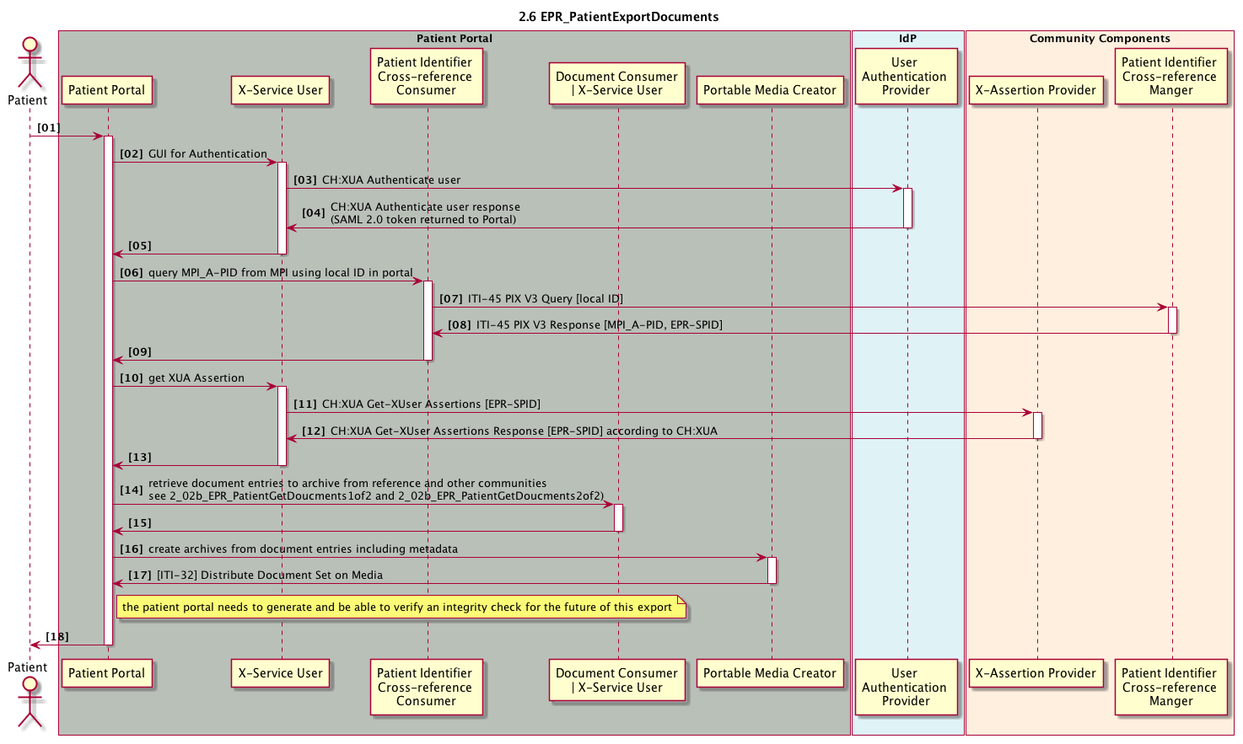
The PlantUML diagram 2_06_EPR_PatientExportDocuments.plantuml.png in ahdis/ch-epr-seqdiag, before a commit. Source of this version:
```plantuml
@startuml
skinparam Padding 1
autonumber 1 1 "<b>[00]"
title 2.6 EPR_PatientExportDocuments

actor patient as "Patient"

box "Patient Portal" #B9C0B8
	participant pp_gui as "Patient Portal"
	participant pp_x_service_user as "X-Service User"
	participant pp_pix_x_ref_consumer as "Patient Identifier \nCross-reference \nConsumer"
    participant pp_doc_consumer as "Document Consumer\n| X-Service User"
    participant pp_pmc as "Portable Media Creator"
end box

box "IdP" #DFF3F7
	participant idp_user_authentication_provider as "User \nAuthentication \nProvider"
end box

box "Community Components" #FFEFDE
	participant cc_x_assertion_provider as "X-Assertion Provider"
	participant cc_mpi_x_ref_manager as "Patient Identifier \nCross-reference \nManger"
end box

patient -> pp_gui
activate pp_gui

pp_gui -> pp_x_service_user : GUI for Authentication
activate pp_x_service_user
pp_x_service_user -> idp_user_authentication_provider : CH:XUA Authenticate user
activate idp_user_authentication_provider
pp_x_service_user <- idp_user_authentication_provider : CH:XUA Authenticate user response \n(SAML 2.0 token returned to Portal)
deactivate idp_user_authentication_provider
pp_gui <- pp_x_service_user
deactivate pp_x_service_user

pp_gui -> pp_pix_x_ref_consumer: query MPI_A-PID from MPI using local ID in portal
activate pp_pix_x_ref_consumer
pp_pix_x_ref_consumer -> cc_mpi_x_ref_manager: ITI-45 PIX V3 Query [local ID]
activate cc_mpi_x_ref_manager
pp_pix_x_ref_consumer <- cc_mpi_x_ref_manager: ITI-45 PIX V3 Response [MPI_A-PID, EPR-SPID]
deactivate cc_mpi_x_ref_manager
pp_gui <- pp_pix_x_ref_consumer
deactivate pp_pix_x_ref_consumer

pp_gui -> pp_x_service_user : get XUA Assertion
activate pp_x_service_user
pp_x_service_user -> cc_x_assertion_provider: CH:XUA Get-XUser Assertions [EPR-SPID]
activate cc_x_assertion_provider
pp_x_service_user <- cc_x_assertion_provider: CH:XUA Get-XUser Assertions Response [EPR-SPID] according to CH:XUA
deactivate cc_x_assertion_provider
pp_gui <- pp_x_service_user
deactivate pp_x_service_user

pp_gui -> pp_doc_consumer: retrieve document entries to archive from reference and other communities\nsee 2_02b_EPR_PatientGetDoucments1of2 and 2_02b_EPR_PatientGetDoucments2of2)
activate pp_doc_consumer
pp_gui <- pp_doc_consumer
deactivate pp_doc_consumer

pp_gui -> pp_pmc: create archives from document entries including metadata
activate pp_pmc
pp_gui <- pp_pmc: [ITI-32] Distribute Document Set on Media
deactivate pp_pmc

note right pp_gui: the patient portal needs to generate and be able to verify an integrity check for the future of this export
patient <- pp_gui
deactivate pp_gui

@enduml
```
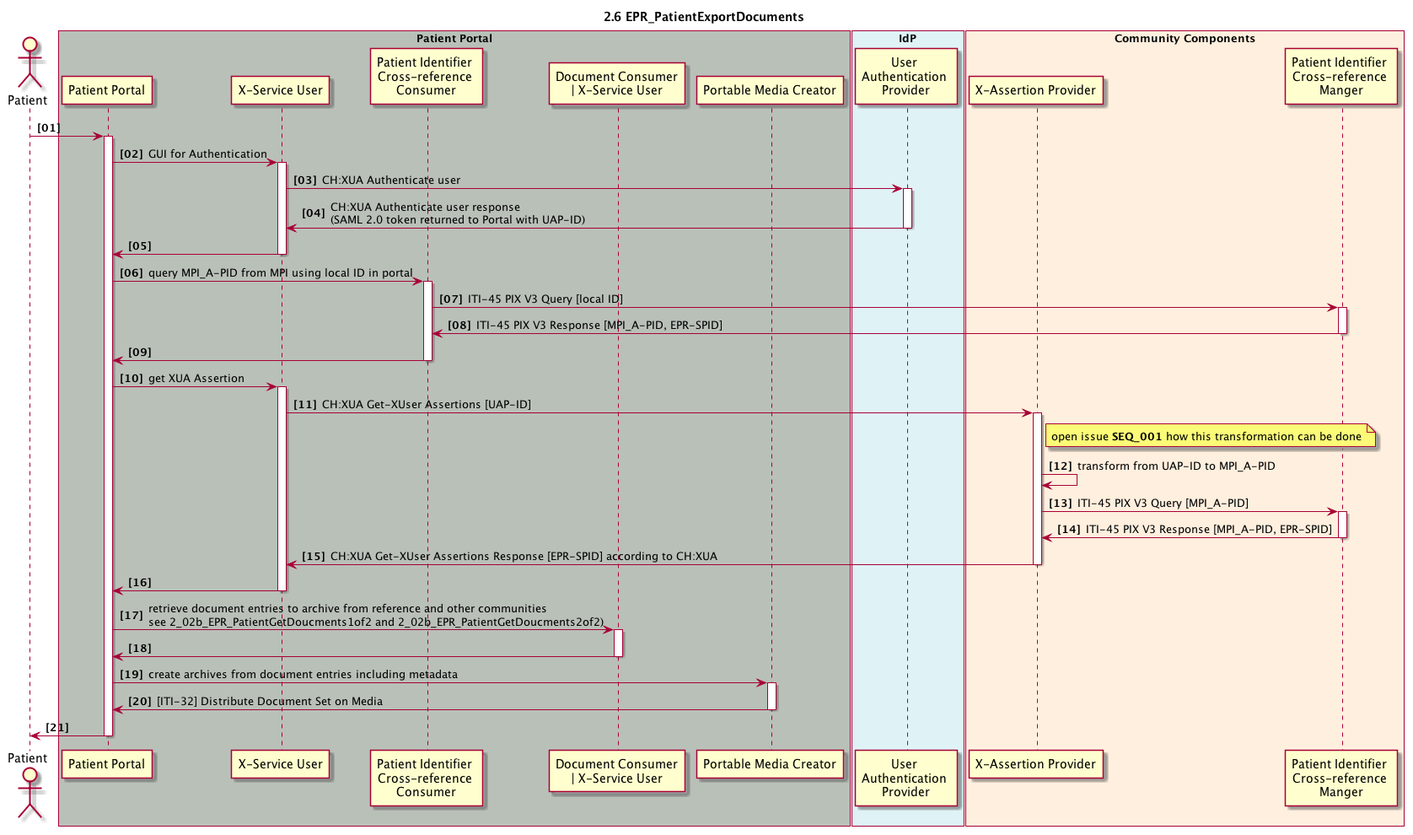
The same file after the commit.

Commit message:
xdm sequence diagrams

Diff of the diagram source:
```diff
@@ -29,7 +29,7 @@
 activate pp_x_service_user
 pp_x_service_user -> idp_user_authentication_provider : CH:XUA Authenticate user
 activate idp_user_authentication_provider
-pp_x_service_user <- idp_user_authentication_provider : CH:XUA Authenticate user response \n(SAML 2.0 token returned to Portal)
+pp_x_service_user <- idp_user_authentication_provider : CH:XUA Authenticate user response \n(SAML 2.0 token returned to Portal with UAP-ID)
 deactivate idp_user_authentication_provider
 pp_gui <- pp_x_service_user
 deactivate pp_x_service_user
@@ -45,8 +45,14 @@
 
 pp_gui -> pp_x_service_user : get XUA Assertion
 activate pp_x_service_user
-pp_x_service_user -> cc_x_assertion_provider: CH:XUA Get-XUser Assertions [EPR-SPID]
+pp_x_service_user -> cc_x_assertion_provider: CH:XUA Get-XUser Assertions [UAP-ID]
 activate cc_x_assertion_provider
+note right cc_x_assertion_provider: open issue <b>SEQ_001</b> how this transformation can be done
+cc_x_assertion_provider -> cc_x_assertion_provider: transform from UAP-ID to MPI_A-PID
+cc_x_assertion_provider -> cc_mpi_x_ref_manager: ITI-45 PIX V3 Query [MPI_A-PID]
+activate cc_mpi_x_ref_manager
+cc_x_assertion_provider <- cc_mpi_x_ref_manager: ITI-45 PIX V3 Response [MPI_A-PID, EPR-SPID]
+deactivate cc_mpi_x_ref_manager
 pp_x_service_user <- cc_x_assertion_provider: CH:XUA Get-XUser Assertions Response [EPR-SPID] according to CH:XUA
 deactivate cc_x_assertion_provider
 pp_gui <- pp_x_service_user
@@ -62,7 +68,6 @@
 pp_gui <- pp_pmc: [ITI-32] Distribute Document Set on Media
 deactivate pp_pmc
 
-note right pp_gui: the patient portal needs to generate and be able to verify an integrity check for the future of this export
 patient <- pp_gui
 deactivate pp_gui
 
```
